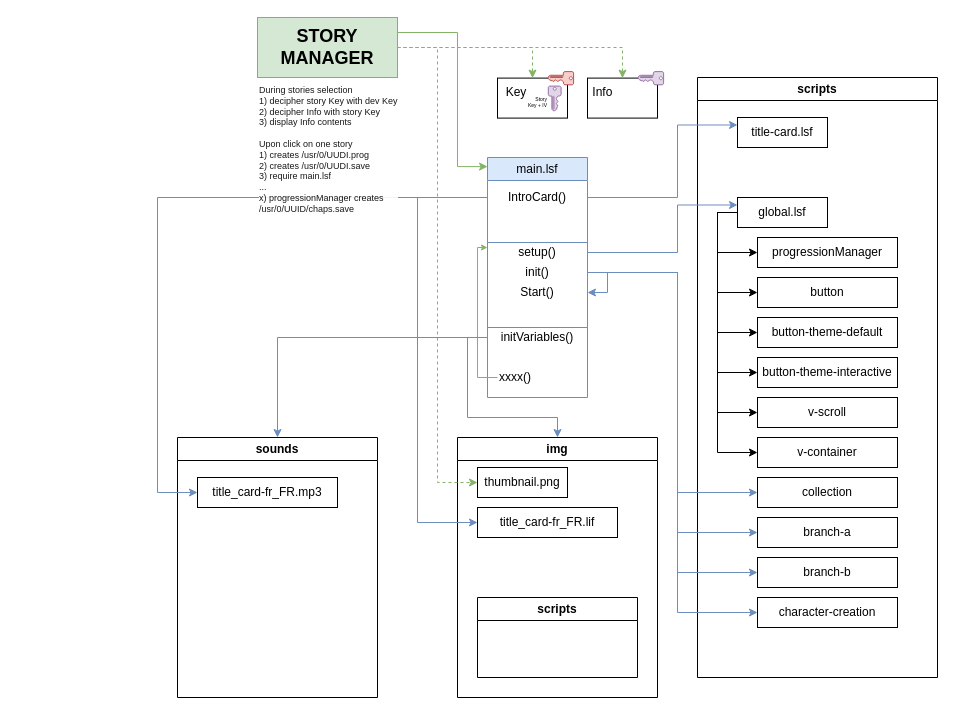
Above: page "Story deps" (3 of 3) of resources/flam.drawio in o-daneel/Flam.RE (draw.io), before the change. Source tidied: cells renumbered, new cells numbered last; positions are measured from the earlier drawing's top-left corner, leaving out a move shared by most shapes. Both pictures are drawn from the tidied source at 100%, with x=0, y=0 at pixel (157, 17).
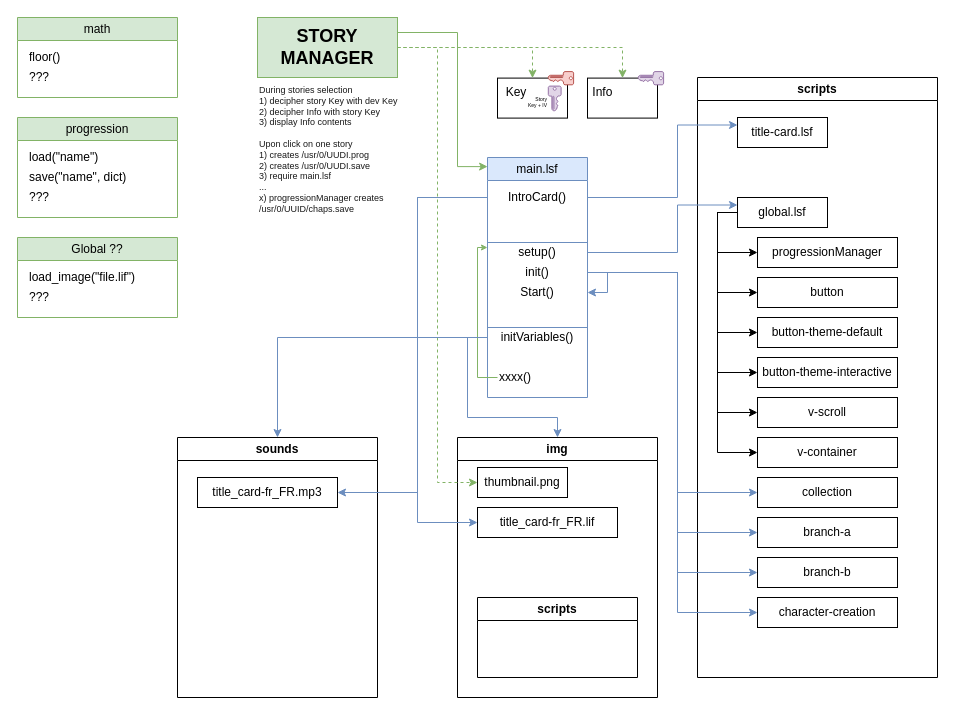
Above is the later version.

Unchanged cells that the change refers to:
```xml
<mxCell id="12" value="title_card-fr_FR.mp3" style="rounded=0;whiteSpace=wrap;html=1;" parent="11" vertex="1">
  <mxGeometry x="20" y="40" width="140" height="30" as="geometry" />
</mxCell>
<mxCell id="39" value="IntroCard()" style="text;html=1;align=center;verticalAlign=middle;whiteSpace=wrap;rounded=0;" parent="37" vertex="1">
  <mxGeometry y="30" width="100" height="20" as="geometry" />
</mxCell>
```

The edit, as a diff of the source:
```diff
@@
-    <mxCell id="51" style="edgeStyle=orthogonalEdgeStyle;rounded=0;jettySize=auto;html=1;entryX=0;entryY=0.5;entryDx=0;entryDy=0;exitX=0;exitY=0.5;exitDx=0;exitDy=0;fillColor=#dae8fc;strokeColor=#6c8ebf;" parent="1" edge="1" source="39" target="12">
+    <mxCell id="51" style="edgeStyle=orthogonalEdgeStyle;rounded=0;jettySize=auto;html=1;entryX=1;entryY=0.5;entryDx=0;entryDy=0;exitX=0;exitY=0.5;exitDx=0;exitDy=0;fillColor=#dae8fc;strokeColor=#6c8ebf;" parent="1" edge="1" source="39" target="12">
       <mxGeometry relative="1" as="geometry">
         <Array as="points">
-          <mxPoint y="180" />
-          <mxPoint y="475" />
+          <mxPoint x="260" y="180" />
+          <mxPoint x="260" y="475" />
         </Array>
       </mxGeometry>
     </mxCell>
@@
+    <mxCell id="59" value="progression" style="swimlane;whiteSpace=wrap;html=1;fillColor=#d5e8d4;strokeColor=#82b366;swimlaneFillColor=default;fontStyle=0;" parent="1" vertex="1">
+      <mxGeometry x="-140" y="100" width="160" height="100" as="geometry" />
+    </mxCell>
+    <mxCell id="60" value="load(&quot;name&quot;)" style="text;html=1;align=left;verticalAlign=middle;whiteSpace=wrap;rounded=0;" parent="59" vertex="1">
+      <mxGeometry x="10" y="30" width="150" height="20" as="geometry" />
+    </mxCell>
+    <mxCell id="61" value="save(&quot;name&quot;, dict)" style="text;html=1;align=left;verticalAlign=middle;whiteSpace=wrap;rounded=0;" parent="59" vertex="1">
+      <mxGeometry x="10" y="50" width="150" height="20" as="geometry" />
+    </mxCell>
+    <mxCell id="62" value="???" style="text;html=1;align=left;verticalAlign=middle;whiteSpace=wrap;rounded=0;" parent="59" vertex="1">
+      <mxGeometry x="10" y="70" width="150" height="20" as="geometry" />
+    </mxCell>
+    <mxCell id="63" value="Global ??" style="swimlane;whiteSpace=wrap;html=1;fillColor=#d5e8d4;strokeColor=#82b366;swimlaneFillColor=default;fontStyle=0;" parent="1" vertex="1">
+      <mxGeometry x="-140" y="220" width="160" height="80" as="geometry" />
+    </mxCell>
+    <mxCell id="64" value="???" style="text;html=1;align=left;verticalAlign=middle;whiteSpace=wrap;rounded=0;" parent="63" vertex="1">
+      <mxGeometry x="10" y="50" width="150" height="20" as="geometry" />
+    </mxCell>
+    <mxCell id="65" value="load_image(&quot;file.lif&quot;)" style="text;html=1;align=left;verticalAlign=middle;whiteSpace=wrap;rounded=0;" parent="63" vertex="1">
+      <mxGeometry x="10" y="30" width="150" height="20" as="geometry" />
+    </mxCell>
+    <mxCell id="66" value="math" style="swimlane;whiteSpace=wrap;html=1;fillColor=#d5e8d4;strokeColor=#82b366;swimlaneFillColor=default;fontStyle=0;" parent="1" vertex="1">
+      <mxGeometry x="-140" width="160" height="80" as="geometry" />
+    </mxCell>
+    <mxCell id="67" value="floor()" style="text;html=1;align=left;verticalAlign=middle;whiteSpace=wrap;rounded=0;" parent="66" vertex="1">
+      <mxGeometry x="10" y="30" width="150" height="20" as="geometry" />
+    </mxCell>
+    <mxCell id="68" value="???" style="text;html=1;align=left;verticalAlign=middle;whiteSpace=wrap;rounded=0;" parent="66" vertex="1">
+      <mxGeometry x="10" y="50" width="150" height="20" as="geometry" />
+    </mxCell>
```
